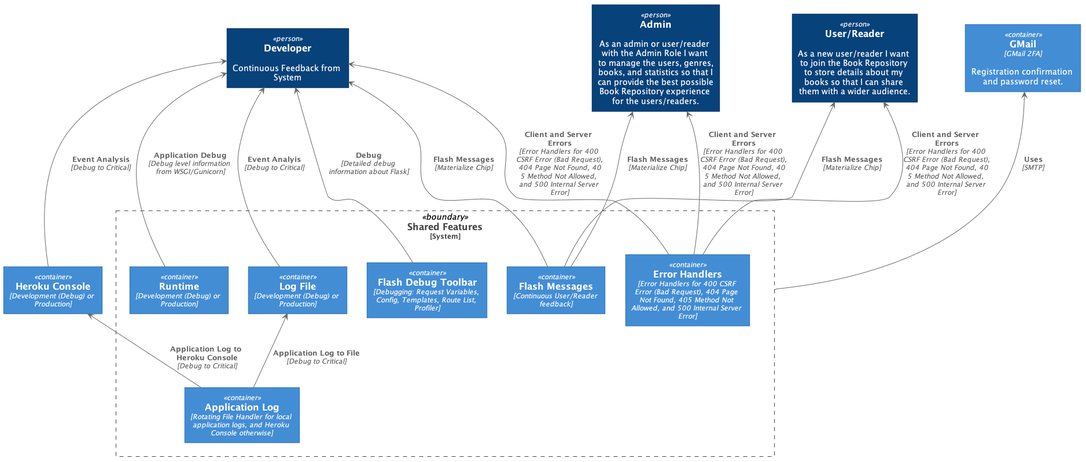
The PlantUML diagram out/documentation/book_repository_component_shared_components/book_repository_component_shared_components.png in NaoiseGaffney/BookRepository, before a commit.
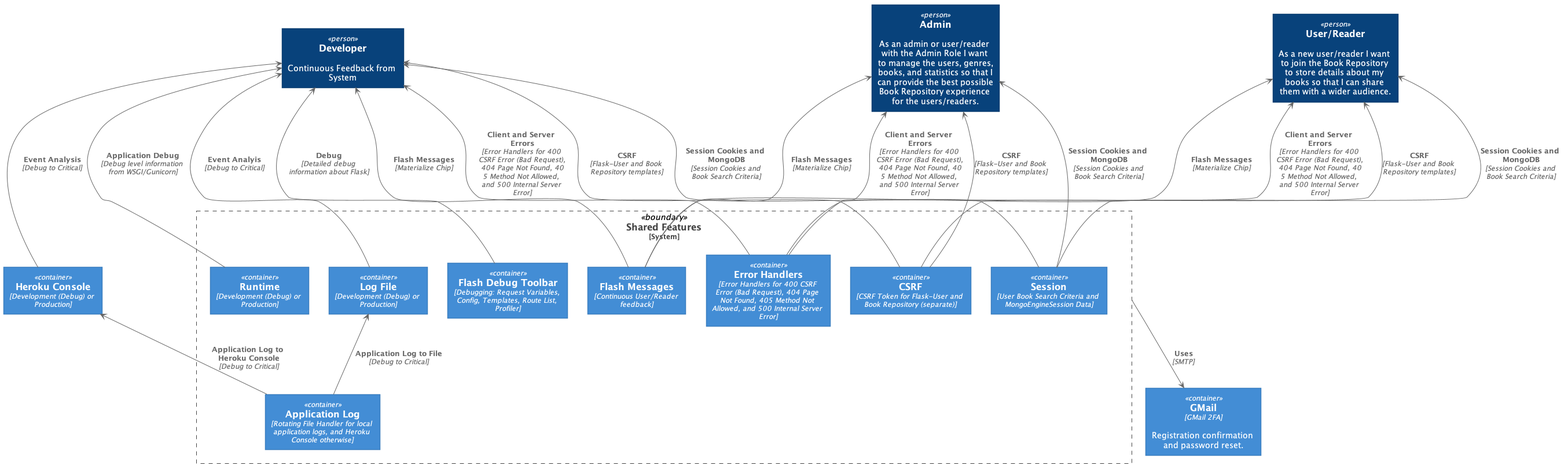
The same diagram one commit later.

The edit, as a diff of the source:
```diff
@@ -1,7 +1,5 @@
 @startuml
 !includeurl https://raw.githubusercontent.com/RicardoNiepel/C4-PlantUML/release/1-0/C4_Container.puml
-
-LAYOUT_TOP_DOWN
 
 Person(userDev, "Developer", "Continuous Feedback from System")
 Person(userAlias, "User/Reader", "As a new user/reader I want to join the Book Repository to store details about my books so that I can share them with a wider audience.")
@@ -13,10 +11,12 @@
     Container(error_handlers, "Error Handlers", "Error Handlers for 400 CSRF Error (Bad Request), 404 Page Not Found, 405 Method Not Allowed, and 500 Internal Server Error")
     Container(runtime, "Runtime", "Development (Debug) or Production")
     Container(localFile, "Log File", "Development (Debug) or Production")
+    Container(csrf, "CSRF", "CSRF Token for Flask-User and Book Repository (separate)")
+    Container(session, "Session", "User Book Search Criteria and MongoEngineSession Data")
 }
 Container(herokuConsole, "Heroku Console", "Development (Debug) or Production")
 Container(gmail, "GMail", "GMail 2FA", "Registration confirmation and password reset.")
-Rel_U(c1, gmail, "Uses", "SMTP")
+Rel_D(c1, gmail, "Uses", "SMTP")
 Rel_U(flash_messages, userAlias, "Flash Messages", "Materialize Chip")
 Rel_U(flash_messages, adminAlias, "Flash Messages", "Materialize Chip")
 Rel_U(flash_messages, userDev, "Flash Messages", "Materialize Chip")
@@ -29,5 +29,11 @@
 Rel_U(error_handlers, userAlias, "Client and Server Errors", "Error Handlers for 400 CSRF Error (Bad Request), 404 Page Not Found, 405 Method Not Allowed, and 500 Internal Server Error")
 Rel_U(error_handlers, adminAlias, "Client and Server Errors", "Error Handlers for 400 CSRF Error (Bad Request), 404 Page Not Found, 405 Method Not Allowed, and 500 Internal Server Error")
 Rel_U(error_handlers, userDev, "Client and Server Errors", "Error Handlers for 400 CSRF Error (Bad Request), 404 Page Not Found, 405 Method Not Allowed, and 500 Internal Server Error")
+Rel_U(csrf, userAlias, "CSRF", "Flask-User and Book Repository templates")
+Rel_U(csrf, adminAlias, "CSRF", "Flask-User and Book Repository templates")
+Rel_U(csrf, userDev, "CSRF", "Flask-User and Book Repository templates")
+Rel_U(session, userAlias, "Session Cookies and MongoDB", "Session Cookies and Book Search Criteria")
+Rel_U(session, adminAlias, "Session Cookies and MongoDB", "Session Cookies and Book Search Criteria")
+Rel_U(session, userDev, "Session Cookies and MongoDB", "Session Cookies and Book Search Criteria")
 
 @enduml
```
